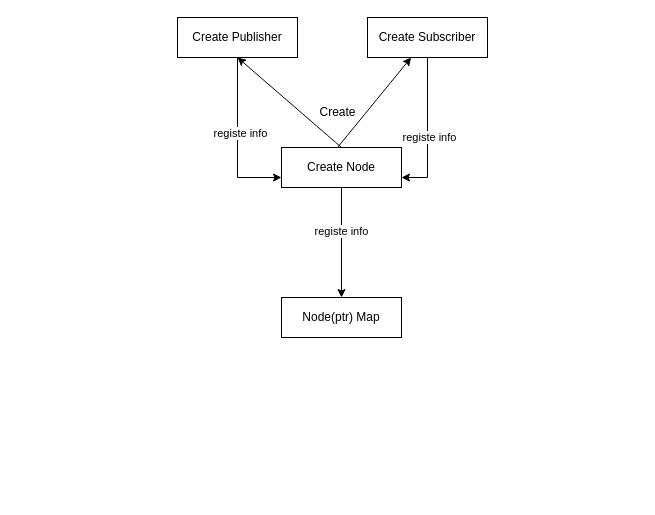
edxuanlen/drawio keeps this draw.io diagram as shutdown_flow.drawio. Above is the earlier version. Source tidied: cells renumbered, new cells numbered last; positions are measured from the earlier drawing's top-left corner, leaving out a move shared by most shapes. Both pictures are drawn from the tidied source at 100%, with x=0, y=0 at pixel (177, 17).
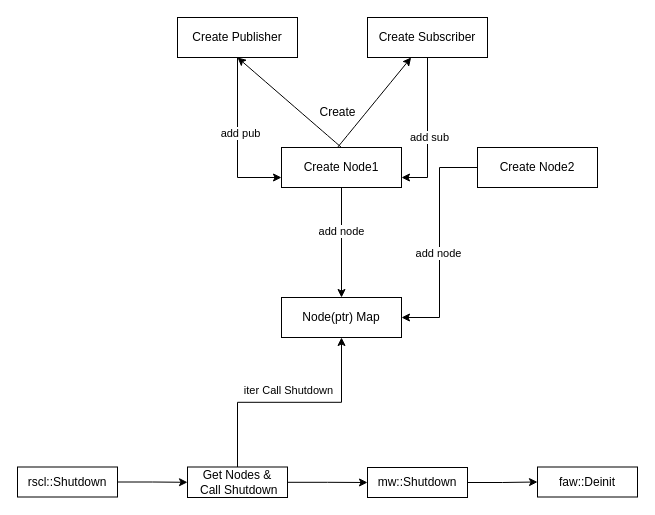
The same diagram, later.

Unchanged cells that the change refers to:
```xml
<mxCell id="2" style="edgeStyle=orthogonalEdgeStyle;rounded=0;jettySize=auto;html=1;" parent="1" edge="1" source="4" target="8">
  <mxGeometry relative="1" as="geometry" />
</mxCell>
<mxCell id="5" style="edgeStyle=orthogonalEdgeStyle;rounded=0;jettySize=auto;html=1;entryX=0;entryY=0.75;entryDx=0;entryDy=0;" parent="1" edge="1" source="7" target="4">
  <mxGeometry relative="1" as="geometry" />
</mxCell>
<mxCell id="8" value="Node(ptr) Map" style="rounded=0;whiteSpace=wrap;html=1;fontSize=12;glass=0;strokeWidth=1;shadow=0;" parent="1" vertex="1">
  <mxGeometry x="104" y="280" width="120" height="40" as="geometry" />
</mxCell>
<mxCell id="12" style="edgeStyle=orthogonalEdgeStyle;rounded=0;jettySize=auto;html=1;entryX=1;entryY=0.75;entryDx=0;entryDy=0;" parent="1" edge="1" source="14" target="4">
  <mxGeometry relative="1" as="geometry" />
</mxCell>
```

Diff of the diagram source:
```diff
@@
-    <mxCell id="3" value="registe info" style="edgeLabel;html=1;align=center;verticalAlign=middle;" parent="2" vertex="1">
+    <mxCell id="3" value="add node" style="edgeLabel;html=1;align=center;verticalAlign=middle;" parent="2" vertex="1">
       <mxGeometry x="-0.22" y="-1" relative="1" as="geometry" />
     </mxCell>
-    <mxCell id="4" value="Create Node" style="rounded=0;whiteSpace=wrap;html=1;fontSize=12;glass=0;strokeWidth=1;shadow=0;" parent="1" vertex="1">
+    <mxCell id="4" value="Create Node1" style="rounded=0;whiteSpace=wrap;html=1;fontSize=12;glass=0;strokeWidth=1;shadow=0;" parent="1" vertex="1">
       <mxGeometry x="104" y="130" width="120" height="40" as="geometry" />
     </mxCell>
@@
-    <mxCell id="6" value="registe info" style="edgeLabel;html=1;align=center;verticalAlign=middle;" parent="5" vertex="1">
+    <mxCell id="6" value="add pub" style="edgeLabel;html=1;align=center;verticalAlign=middle;" parent="5" vertex="1">
       <mxGeometry x="-0.09" y="2" relative="1" as="geometry" />
     </mxCell>
@@
-    <mxCell id="13" value="registe info" style="edgeLabel;html=1;align=center;verticalAlign=middle;" parent="12" vertex="1">
+    <mxCell id="13" value="add sub" style="edgeLabel;html=1;align=center;verticalAlign=middle;" parent="12" vertex="1">
       <mxGeometry x="0.08" y="1" relative="1" as="geometry" />
     </mxCell>
@@
+    <mxCell id="16" style="edgeStyle=orthogonalEdgeStyle;rounded=0;jettySize=auto;html=1;entryX=1;entryY=0.5;entryDx=0;entryDy=0;" parent="1" edge="1" source="18" target="8">
+      <mxGeometry relative="1" as="geometry" />
+    </mxCell>
+    <mxCell id="17" value="add node" style="edgeLabel;html=1;align=center;verticalAlign=middle;" parent="16" vertex="1">
+      <mxGeometry x="0.09" y="-2" relative="1" as="geometry" />
+    </mxCell>
+    <mxCell id="18" value="Create Node2" style="rounded=0;whiteSpace=wrap;html=1;fontSize=12;glass=0;strokeWidth=1;shadow=0;" parent="1" vertex="1">
+      <mxGeometry x="300" y="130" width="120" height="40" as="geometry" />
+    </mxCell>
+    <mxCell id="19" style="edgeStyle=orthogonalEdgeStyle;rounded=0;jettySize=auto;html=1;" parent="1" edge="1" source="20" target="26">
+      <mxGeometry relative="1" as="geometry" />
+    </mxCell>
+    <mxCell id="20" value="rscl::Shutdown" style="whiteSpace=wrap;html=1;" parent="1" vertex="1">
+      <mxGeometry x="-160" y="449.5" width="100" height="30" as="geometry" />
+    </mxCell>
+    <mxCell id="21" style="edgeStyle=orthogonalEdgeStyle;rounded=0;jettySize=auto;html=1;" parent="1" edge="1" source="22" target="27">
+      <mxGeometry relative="1" as="geometry" />
+    </mxCell>
+    <mxCell id="22" value="mw::Shutdown" style="whiteSpace=wrap;html=1;" parent="1" vertex="1">
+      <mxGeometry x="190" y="450" width="100" height="30" as="geometry" />
+    </mxCell>
+    <mxCell id="23" style="edgeStyle=orthogonalEdgeStyle;rounded=0;jettySize=auto;html=1;exitX=0.5;exitY=0;exitDx=0;exitDy=0;entryX=0.5;entryY=1;entryDx=0;entryDy=0;" parent="1" edge="1" source="26" target="8">
+      <mxGeometry relative="1" as="geometry" />
+    </mxCell>
+    <mxCell id="24" value="iter Call Shutdown" style="edgeLabel;html=1;align=center;verticalAlign=middle;" parent="23" vertex="1">
+      <mxGeometry x="-0.13" y="-3" relative="1" as="geometry">
+        <mxPoint x="13" y="-15" as="offset" />
+      </mxGeometry>
+    </mxCell>
+    <mxCell id="25" style="edgeStyle=orthogonalEdgeStyle;rounded=0;jettySize=auto;html=1;entryX=0;entryY=0.5;entryDx=0;entryDy=0;" parent="1" edge="1" source="26" target="22">
+      <mxGeometry relative="1" as="geometry" />
+    </mxCell>
+    <mxCell id="26" value="Get Nodes &amp;amp;&lt;br&gt;&amp;nbsp;Call Shutdown" style="whiteSpace=wrap;html=1;" parent="1" vertex="1">
+      <mxGeometry x="10" y="449.5" width="100" height="30.5" as="geometry" />
+    </mxCell>
+    <mxCell id="27" value="faw::Deinit" style="whiteSpace=wrap;html=1;" parent="1" vertex="1">
+      <mxGeometry x="360" y="449.5" width="100" height="30" as="geometry" />
+    </mxCell>
```
